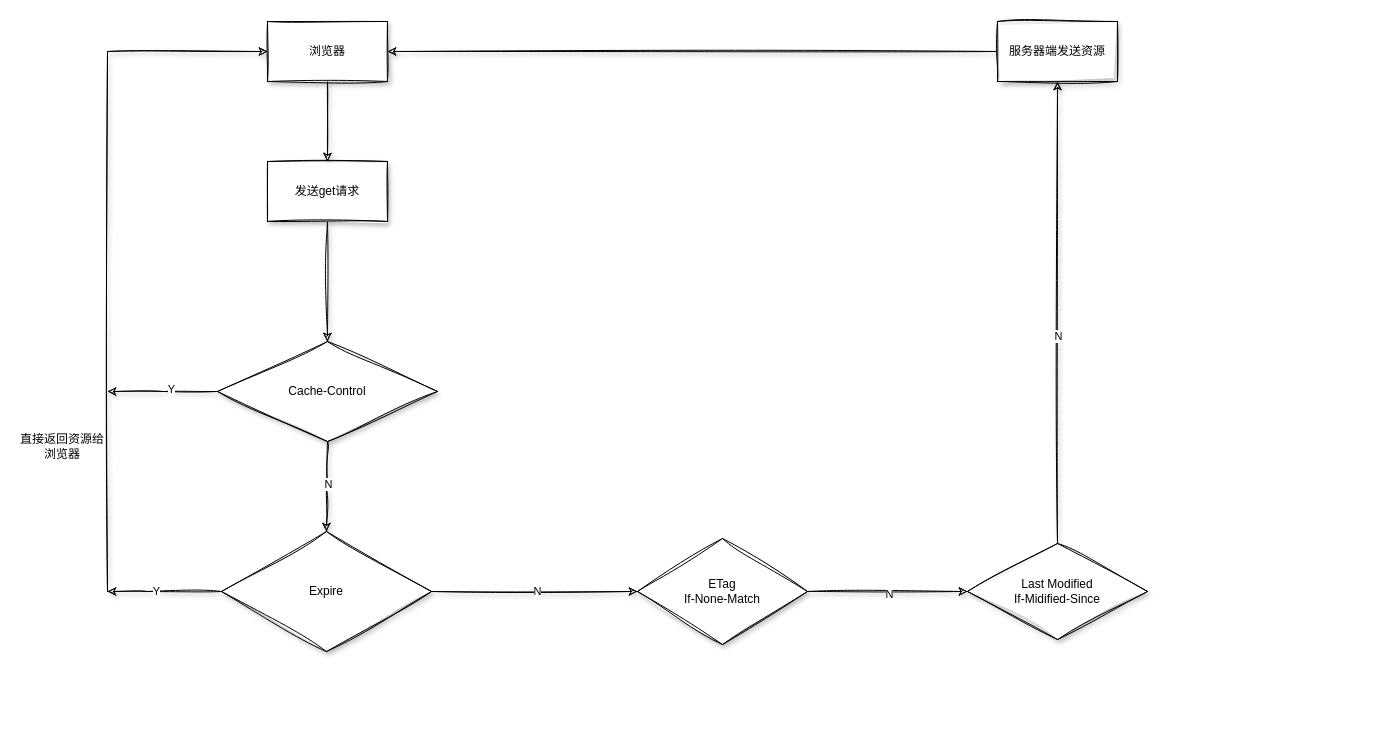
StoryKing123/draw-io keeps this draw.io diagram as 缓存.drawio. Above is the earlier version. Source tidied: cells renumbered, new cells numbered last; positions are measured from the earlier drawing's top-left corner, leaving out a move shared by most shapes. Both pictures are drawn from the tidied source at 100%, with x=0, y=0 at pixel (17, 21).
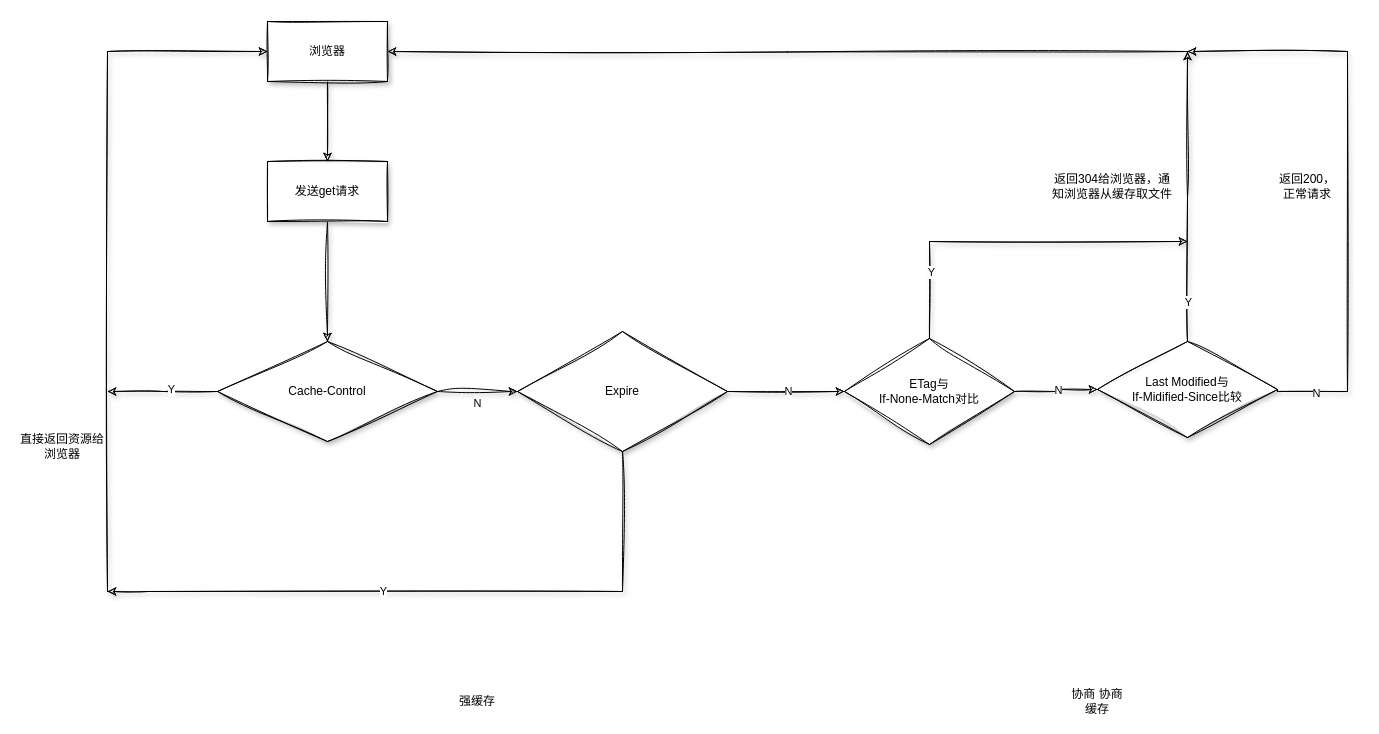
The same page after the edit.

Unchanged cells that the change refers to:
```xml
<mxCell id="22" value="浏览器" style="rounded=0;whiteSpace=wrap;html=1;shadow=1;sketch=1;gradientColor=none;" parent="1" vertex="1">
  <mxGeometry x="250" width="120" height="60" as="geometry" />
</mxCell>
```

Change to the diagram source:
```diff
@@
     <mxCell id="12" value="Expire" style="rhombus;whiteSpace=wrap;html=1;shadow=1;fontFamily=Helvetica;fontSize=12;fontColor=default;align=center;strokeColor=default;fillColor=default;sketch=1;jiggle=2;curveFitting=1;" parent="1" vertex="1">
-      <mxGeometry x="204" y="510" width="210" height="120" as="geometry" />
+      <mxGeometry x="500" y="310" width="210" height="120" as="geometry" />
     </mxCell>
@@
+    <mxCell id="26" style="edgeStyle=orthogonalEdgeStyle;rounded=0;sketch=1;jettySize=auto;html=1;shadow=1;" parent="1" edge="1" source="15">
+      <mxGeometry relative="1" as="geometry">
+        <mxPoint x="1170" y="220" as="targetPoint" />
+        <Array as="points">
+          <mxPoint x="912" y="220" />
+        </Array>
+      </mxGeometry>
+    </mxCell>
+    <mxCell id="27" value="Y" style="edgeLabel;html=1;align=center;verticalAlign=middle;" parent="26" vertex="1">
+      <mxGeometry x="-0.62" y="-1" relative="1" as="geometry" />
+    </mxCell>
-    <mxCell id="15" value="ETag&lt;br&gt;If-None-Match" style="rhombus;whiteSpace=wrap;html=1;shadow=1;fontFamily=Helvetica;fontSize=12;fontColor=default;align=center;strokeColor=default;fillColor=default;sketch=1;jiggle=2;curveFitting=1;" parent="1" vertex="1">
-      <mxGeometry x="620" y="517" width="170" height="106" as="geometry" />
+    <mxCell id="15" value="ETag与&lt;br&gt;If-None-Match对比" style="rhombus;whiteSpace=wrap;html=1;shadow=1;fontFamily=Helvetica;fontSize=12;fontColor=default;align=center;strokeColor=default;fillColor=default;sketch=1;jiggle=2;curveFitting=1;" parent="1" vertex="1">
+      <mxGeometry x="827" y="317" width="170" height="106" as="geometry" />
     </mxCell>
-    <mxCell id="16" style="edgeStyle=orthogonalEdgeStyle;rounded=0;sketch=1;jettySize=auto;html=1;shadow=1;" parent="1" edge="1" source="18" target="20">
-      <mxGeometry relative="1" as="geometry" />
+    <mxCell id="16" style="edgeStyle=orthogonalEdgeStyle;rounded=0;sketch=1;jettySize=auto;html=1;shadow=1;" parent="1" edge="1" source="18">
+      <mxGeometry relative="1" as="geometry">
+        <mxPoint x="1170" y="30" as="targetPoint" />
+      </mxGeometry>
     </mxCell>
-    <mxCell id="17" value="N" style="edgeLabel;html=1;align=center;verticalAlign=middle;" parent="16" vertex="1">
-      <mxGeometry x="-0.1" relative="1" as="geometry" />
+    <mxCell id="17" value="Y" style="edgeLabel;html=1;align=center;verticalAlign=middle;" parent="16" vertex="1">
+      <mxGeometry x="-0.1" relative="1" as="geometry">
+        <mxPoint y="91" as="offset" />
+      </mxGeometry>
     </mxCell>
+    <mxCell id="28" style="edgeStyle=orthogonalEdgeStyle;rounded=0;sketch=1;jettySize=auto;html=1;shadow=1;exitX=1;exitY=0.5;exitDx=0;exitDy=0;" parent="1" edge="1" source="18">
+      <mxGeometry relative="1" as="geometry">
+        <mxPoint x="1170" y="30" as="targetPoint" />
+        <Array as="points">
+          <mxPoint x="1260" y="370" />
+          <mxPoint x="1330" y="370" />
+          <mxPoint x="1330" y="30" />
+        </Array>
+      </mxGeometry>
+    </mxCell>
+    <mxCell id="29" value="N" style="edgeLabel;html=1;align=center;verticalAlign=middle;" parent="28" vertex="1">
+      <mxGeometry x="-0.86" relative="1" as="geometry">
+        <mxPoint y="1" as="offset" />
+      </mxGeometry>
+    </mxCell>
-    <mxCell id="18" value="Last Modified&lt;br&gt;If-Midified-Since" style="rhombus;whiteSpace=wrap;html=1;shadow=1;fontFamily=Helvetica;fontSize=12;fontColor=default;align=center;strokeColor=default;fillColor=default;sketch=1;jiggle=2;curveFitting=1;" parent="1" vertex="1">
-      <mxGeometry x="950" y="522" width="180" height="96" as="geometry" />
+    <mxCell id="18" value="Last Modified与&lt;br&gt;If-Midified-Since比较" style="rhombus;whiteSpace=wrap;html=1;shadow=1;fontFamily=Helvetica;fontSize=12;fontColor=default;align=center;strokeColor=default;fillColor=default;sketch=1;jiggle=2;curveFitting=1;" parent="1" vertex="1">
+      <mxGeometry x="1080" y="320" width="180" height="96" as="geometry" />
     </mxCell>
-    <mxCell id="19" style="edgeStyle=orthogonalEdgeStyle;rounded=0;sketch=1;jettySize=auto;html=1;entryX=1;entryY=0.5;entryDx=0;entryDy=0;shadow=1;" parent="1" edge="1" source="20" target="22">
-      <mxGeometry relative="1" as="geometry" />
+    <mxCell id="19" style="edgeStyle=orthogonalEdgeStyle;rounded=0;sketch=1;jettySize=auto;html=1;entryX=1;entryY=0.5;entryDx=0;entryDy=0;shadow=1;" parent="1" edge="1" target="22">
+      <mxGeometry relative="1" as="geometry">
+        <mxPoint x="1170" y="30" as="sourcePoint" />
+      </mxGeometry>
     </mxCell>
-    <mxCell id="20" value="服务器端发送资源" style="rounded=0;whiteSpace=wrap;html=1;shadow=1;gradientColor=none;sketch=1;curveFitting=1;jiggle=2;" parent="1" vertex="1">
-      <mxGeometry x="980" width="120" height="60" as="geometry" />
-    </mxCell>
@@
+    <mxCell id="30" value="返回304给浏览器，通知浏览器从缓存取文件" style="text;html=1;strokeColor=none;fillColor=none;align=center;verticalAlign=middle;whiteSpace=wrap;rounded=0;" parent="1" vertex="1">
+      <mxGeometry x="1030" y="140" width="130" height="50" as="geometry" />
+    </mxCell>
+    <mxCell id="31" value="返回200，正常请求" style="text;html=1;strokeColor=none;fillColor=none;align=center;verticalAlign=middle;whiteSpace=wrap;rounded=0;" parent="1" vertex="1">
+      <mxGeometry x="1260" y="150" width="60" height="30" as="geometry" />
+    </mxCell>
+    <mxCell id="32" value="强缓存" style="text;html=1;strokeColor=none;fillColor=none;align=center;verticalAlign=middle;whiteSpace=wrap;rounded=0;" parent="1" vertex="1">
+      <mxGeometry x="430" y="665" width="60" height="30" as="geometry" />
+    </mxCell>
+    <mxCell id="33" value="协商 协商缓存" style="text;html=1;strokeColor=none;fillColor=none;align=center;verticalAlign=middle;whiteSpace=wrap;rounded=0;" parent="1" vertex="1">
+      <mxGeometry x="1050" y="665" width="60" height="30" as="geometry" />
+    </mxCell>
```
